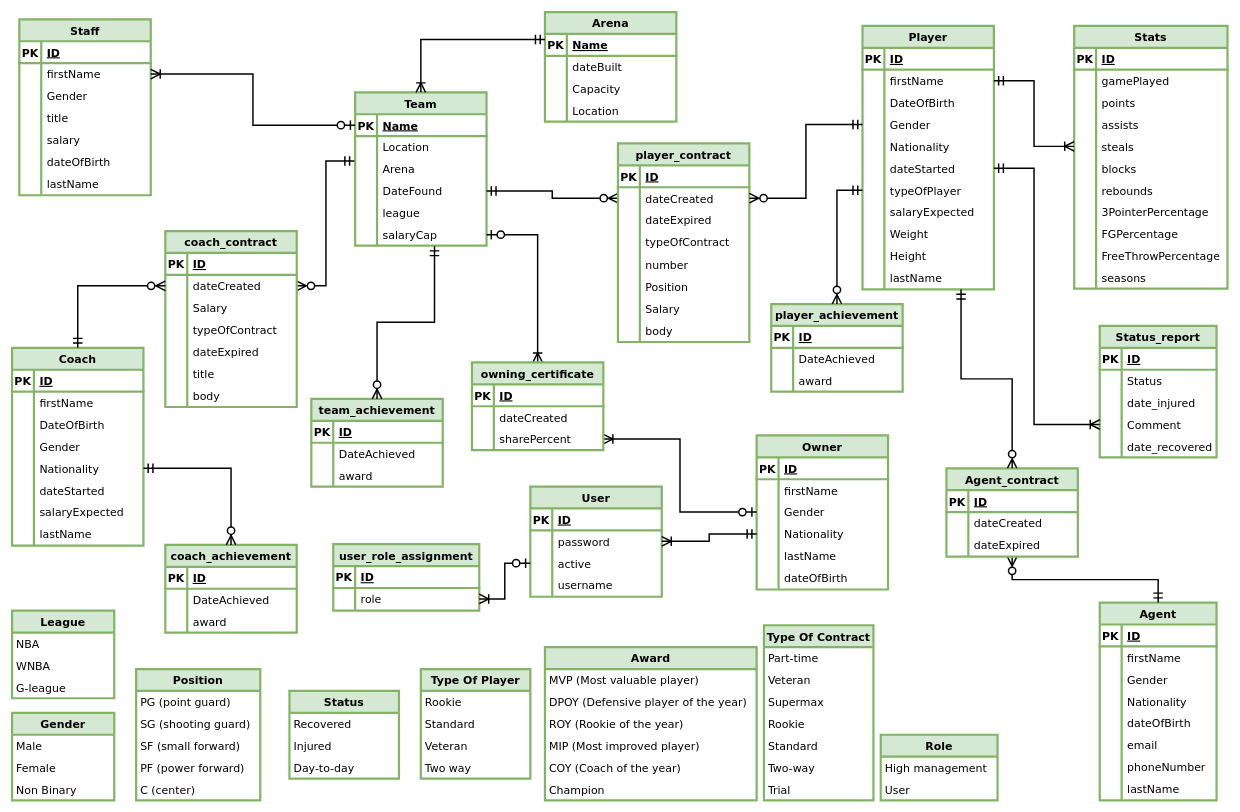
Above: Basketball Team Management.drawio in nvat96/basketballTeamManagement (draw.io), before the change. Source tidied: cells renumbered, new cells numbered last; positions are measured from the earlier drawing's top-left corner, leaving out a move shared by most shapes. Both pictures are drawn from the tidied source at 73%, with x=0, y=0 at pixel (12, 12).
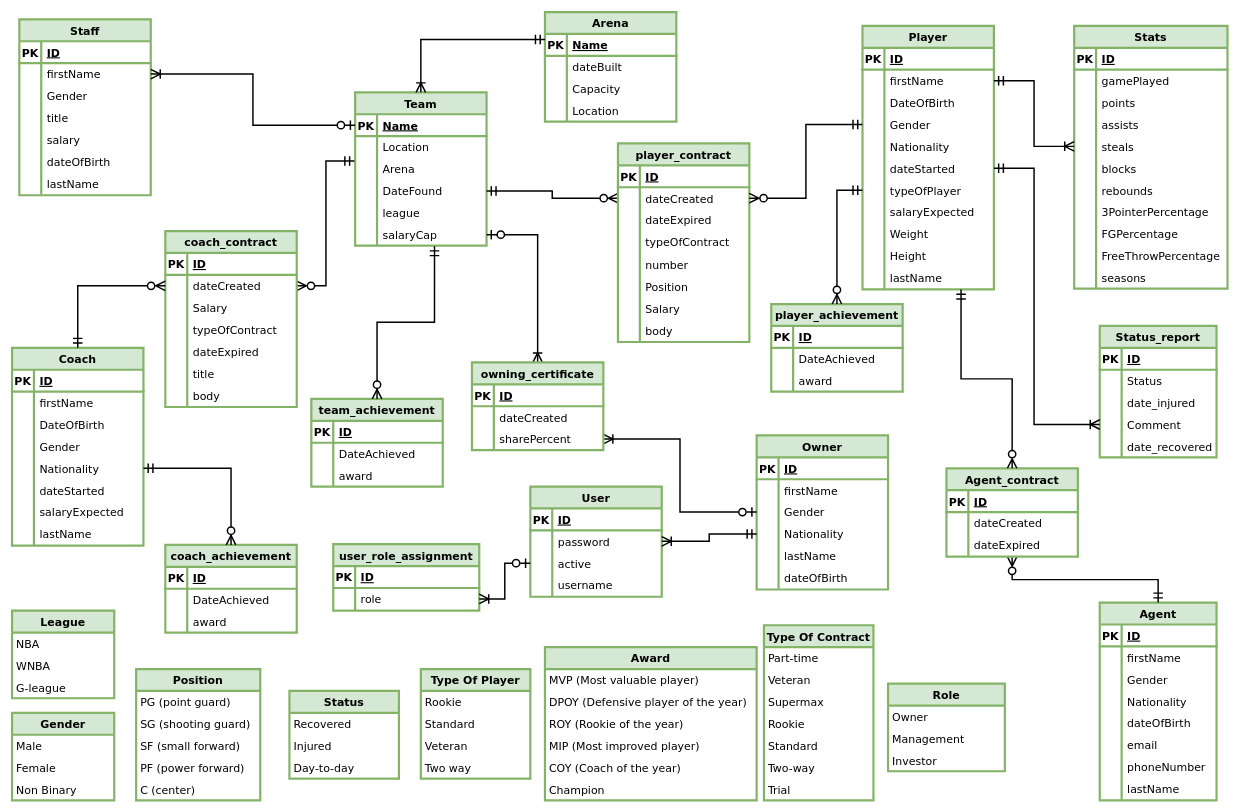
Above is the later version.

Change to the diagram source:
```diff
@@
     <mxCell id="381" value="Role" style="swimlane;fontStyle=1;horizontal=1;startSize=30;rounded=0;shadow=0;sketch=0;fontFamily=Verdana;fontSize=15;fontColor=default;strokeColor=#82b366;strokeWidth=3;fillColor=#d5e8d4;" parent="1" vertex="1">
-      <mxGeometry x="1190" y="990" width="160" height="90" as="geometry" />
+      <mxGeometry x="1200" y="920" width="160" height="120" as="geometry" />
     </mxCell>
-    <mxCell id="382" value="High management" style="text;strokeColor=none;fillColor=none;align=left;verticalAlign=middle;spacingLeft=4;spacingRight=4;overflow=hidden;rounded=0;shadow=0;sketch=0;fontFamily=Verdana;fontSize=15;fontColor=default;startSize=30;" parent="381" vertex="1">
+    <mxCell id="382" value="Owner" style="text;strokeColor=none;fillColor=none;align=left;verticalAlign=middle;spacingLeft=4;spacingRight=4;overflow=hidden;rounded=0;shadow=0;sketch=0;fontFamily=Verdana;fontSize=15;fontColor=default;startSize=30;" parent="381" vertex="1">
       <mxGeometry y="30" width="160" height="30" as="geometry" />
     </mxCell>
-    <mxCell id="383" value="User" style="text;strokeColor=none;fillColor=none;align=left;verticalAlign=middle;spacingLeft=4;spacingRight=4;overflow=hidden;rounded=0;shadow=0;sketch=0;fontFamily=Verdana;fontSize=15;fontColor=default;startSize=30;" parent="381" vertex="1">
+    <mxCell id="383" value="Management" style="text;strokeColor=none;fillColor=none;align=left;verticalAlign=middle;spacingLeft=4;spacingRight=4;overflow=hidden;rounded=0;shadow=0;sketch=0;fontFamily=Verdana;fontSize=15;fontColor=default;startSize=30;" parent="381" vertex="1">
       <mxGeometry y="60" width="160" height="30" as="geometry" />
     </mxCell>
+    <mxCell id="384" value="Investor" style="text;strokeColor=none;fillColor=none;align=left;verticalAlign=middle;spacingLeft=4;spacingRight=4;overflow=hidden;rounded=0;shadow=0;sketch=0;fontFamily=Verdana;fontSize=15;fontColor=default;startSize=30;" parent="381" vertex="1">
+      <mxGeometry y="90" width="160" height="30" as="geometry" />
+    </mxCell>
```
